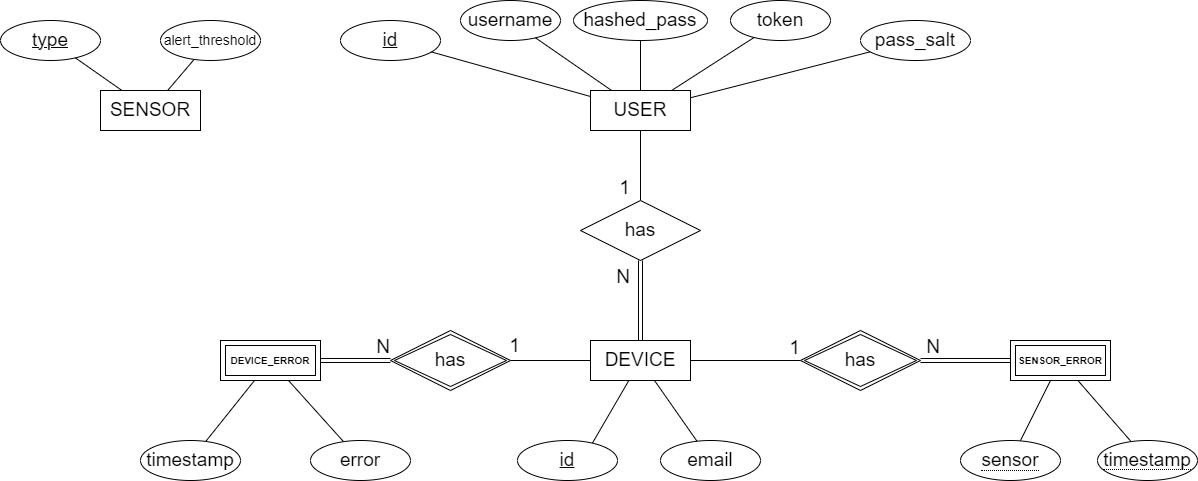
Above: Diagrams/PostgresDB-diagram.drawio.png in MiguelRocha2001/PS-Monitor-IoT-System (draw.io), before the change. Source tidied: cells renumbered, new cells last; positions are measured from the earlier drawing's top-left corner, leaving out a move shared by most shapes.
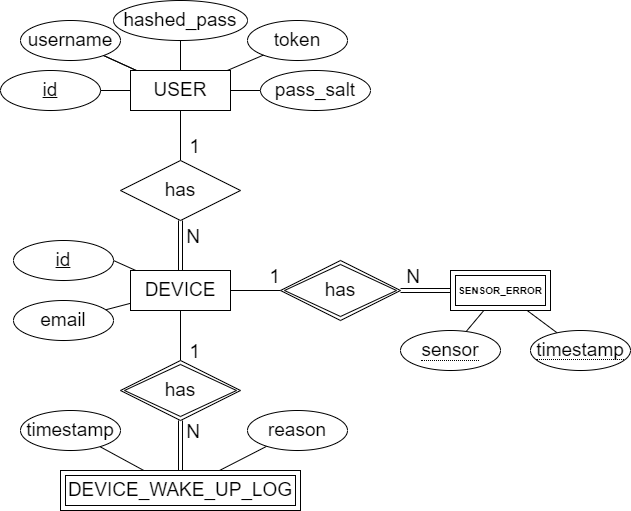
After the commit.

Change to the diagram source:
```diff
@@ -2,29 +2,24 @@
   <root>
     <mxCell id="0" />
     <mxCell id="1" parent="0" />
-    <mxCell id="2" style="endArrow=none;html=1;rounded=0;" parent="1" edge="1" target="26">
-      <mxGeometry relative="1" as="geometry">
-        <mxPoint x="587.5" y="450.2" as="sourcePoint" />
-      </mxGeometry>
+    <mxCell id="2" style="endArrow=none;html=1;rounded=0;exitX=1;exitY=0.5;exitDx=0;exitDy=0;" parent="1" edge="1" source="27" target="26">
+      <mxGeometry relative="1" as="geometry" />
     </mxCell>
     <mxCell id="3" style="endArrow=none;html=1;rounded=0;" parent="1" edge="1" source="4" target="26">
       <mxGeometry relative="1" as="geometry" />
     </mxCell>
     <mxCell id="4" value="&lt;font style=&quot;font-size: 19px;&quot;&gt;email&lt;/font&gt;" style="ellipse;whiteSpace=wrap;html=1;align=center;" parent="1" vertex="1">
-      <mxGeometry x="660" y="440" width="100" height="40" as="geometry" />
+      <mxGeometry x="473" y="370" width="100" height="40" as="geometry" />
     </mxCell>
     <mxCell id="5" value="&lt;font style=&quot;font-size: 19px;&quot;&gt;USER&lt;/font&gt;" style="whiteSpace=wrap;html=1;align=center;" parent="1" vertex="1">
-      <mxGeometry x="590" y="90" width="100" height="40" as="geometry" />
+      <mxGeometry x="590" y="140" width="100" height="40" as="geometry" />
     </mxCell>
     <mxCell id="6" value="&lt;font style=&quot;font-size: 19px;&quot;&gt;id&lt;/font&gt;" style="ellipse;whiteSpace=wrap;html=1;align=center;fontStyle=4;" parent="1" vertex="1">
-      <mxGeometry x="340" y="20" width="100" height="40" as="geometry" />
+      <mxGeometry x="460" y="140" width="100" height="40" as="geometry" />
     </mxCell>
-    <mxCell id="7" style="endArrow=none;html=1;rounded=0;" parent="1" edge="1" source="6" target="5">
+    <mxCell id="7" style="endArrow=none;html=1;rounded=0;" parent="1" edge="1" source="8" target="5">
       <mxGeometry relative="1" as="geometry" />
     </mxCell>
-    <mxCell id="8" value="&lt;font style=&quot;font-size: 19px;&quot;&gt;username&lt;/font&gt;" style="ellipse;whiteSpace=wrap;html=1;align=center;" parent="1" vertex="1">
-      <mxGeometry x="460" width="100" height="40" as="geometry" />
-    </mxCell>
     <mxCell id="9" style="endArrow=none;html=1;rounded=0;" parent="1" edge="1" source="8" target="5">
       <mxGeometry relative="1" as="geometry" />
     </mxCell>
@@ -32,10 +27,10 @@
       <mxGeometry relative="1" as="geometry" />
     </mxCell>
     <mxCell id="11" value="&lt;font style=&quot;font-size: 19px;&quot;&gt;hashed_pass&lt;/font&gt;" style="ellipse;whiteSpace=wrap;html=1;align=center;fontSize=12;" parent="1" vertex="1">
-      <mxGeometry x="573" width="134" height="40" as="geometry" />
+      <mxGeometry x="573" y="70" width="134" height="40" as="geometry" />
     </mxCell>
     <mxCell id="12" value="&lt;font style=&quot;font-size: 19px;&quot;&gt;token&lt;/font&gt;" style="ellipse;whiteSpace=wrap;html=1;align=center;" parent="1" vertex="1">
-      <mxGeometry x="730" width="100" height="40" as="geometry" />
+      <mxGeometry x="707" y="90" width="100" height="40" as="geometry" />
     </mxCell>
     <mxCell id="13" style="endArrow=none;html=1;rounded=0;" parent="1" edge="1" source="12" target="5">
       <mxGeometry relative="1" as="geometry" />
@@ -45,39 +40,39 @@
     </mxCell>
     <mxCell id="15" value="&lt;font style=&quot;font-size: 19px;&quot;&gt;1&lt;/font&gt;" style="html=1;align=right;verticalAlign=bottom;" parent="14" vertex="1">
       <mxGeometry x="1" relative="1" as="geometry">
-        <mxPoint x="-10" as="offset" />
+        <mxPoint x="20" as="offset" />
       </mxGeometry>
     </mxCell>
+    <mxCell id="17" value="&lt;font style=&quot;font-size: 19px;&quot;&gt;1&lt;/font&gt;" style="html=1;align=right;verticalAlign=bottom;" parent="14" vertex="1">
+      <mxGeometry x="1" relative="1" as="geometry">
+        <mxPoint x="20" y="205" as="offset" />
+      </mxGeometry>
+    </mxCell>
     <mxCell id="16" value="&lt;font style=&quot;font-size: 19px;&quot;&gt;1&lt;/font&gt;" style="html=1;align=right;verticalAlign=bottom;" parent="14" vertex="1">
       <mxGeometry x="1" relative="1" as="geometry">
-        <mxPoint x="160" y="160" as="offset" />
+        <mxPoint x="100" y="130" as="offset" />
       </mxGeometry>
     </mxCell>
-    <mxCell id="17" value="&lt;font style=&quot;font-size: 19px;&quot;&gt;1&lt;/font&gt;" style="html=1;align=right;verticalAlign=bottom;" parent="14" vertex="1">
-      <mxGeometry x="1" relative="1" as="geometry">
-        <mxPoint x="-120" y="158" as="offset" />
-      </mxGeometry>
-    </mxCell>
     <mxCell id="18" style="endArrow=none;html=1;rounded=0;shape=link;exitX=0.5;exitY=0;exitDx=0;exitDy=0;" parent="1" edge="1" source="26" target="28">
       <mxGeometry relative="1" as="geometry" />
     </mxCell>
     <mxCell id="19" value="&lt;font style=&quot;font-size: 19px;&quot;&gt;N&lt;/font&gt;" style="html=1;align=right;verticalAlign=bottom;" parent="18" vertex="1">
       <mxGeometry x="1" relative="1" as="geometry">
-        <mxPoint x="-10" y="30" as="offset" />
+        <mxPoint x="20" y="30" as="offset" />
       </mxGeometry>
     </mxCell>
     <mxCell id="20" value="&lt;font style=&quot;font-size: 19px;&quot;&gt;N&lt;/font&gt;" style="html=1;align=right;verticalAlign=bottom;" parent="18" vertex="1">
       <mxGeometry x="1" relative="1" as="geometry">
-        <mxPoint x="300" y="100" as="offset" />
+        <mxPoint x="240" y="70" as="offset" />
       </mxGeometry>
     </mxCell>
     <mxCell id="21" value="&lt;font style=&quot;font-size: 19px;&quot;&gt;N&lt;/font&gt;" style="html=1;align=right;verticalAlign=bottom;" parent="18" vertex="1">
       <mxGeometry x="1" relative="1" as="geometry">
-        <mxPoint x="-250" y="100" as="offset" />
+        <mxPoint x="20" y="225" as="offset" />
       </mxGeometry>
     </mxCell>
     <mxCell id="22" value="&lt;font style=&quot;font-size: 19px;&quot;&gt;pass_salt&lt;/font&gt;" style="ellipse;whiteSpace=wrap;html=1;align=center;" parent="1" vertex="1">
-      <mxGeometry x="860" y="20" width="110" height="40" as="geometry" />
+      <mxGeometry x="720" y="140" width="110" height="40" as="geometry" />
     </mxCell>
     <mxCell id="23" style="endArrow=none;html=1;rounded=0;" parent="1" edge="1" source="22" target="5">
       <mxGeometry relative="1" as="geometry" />
@@ -92,69 +87,58 @@
       <mxGeometry x="590" y="340" width="100" height="40" as="geometry" />
     </mxCell>
     <mxCell id="27" value="&lt;font style=&quot;font-size: 19px;&quot;&gt;id&lt;/font&gt;" style="ellipse;whiteSpace=wrap;html=1;align=center;fontStyle=4;" parent="1" vertex="1">
-      <mxGeometry x="517" y="440" width="100" height="40" as="geometry" />
+      <mxGeometry x="473" y="310" width="100" height="40" as="geometry" />
     </mxCell>
     <mxCell id="28" value="&lt;font style=&quot;font-size: 19px;&quot;&gt;has&lt;/font&gt;" style="shape=rhombus;perimeter=rhombusPerimeter;whiteSpace=wrap;html=1;align=center;" parent="1" vertex="1">
-      <mxGeometry x="580" y="200" width="120" height="60" as="geometry" />
+      <mxGeometry x="580" y="230" width="120" height="60" as="geometry" />
     </mxCell>
-    <mxCell id="29" style="edgeStyle=orthogonalEdgeStyle;rounded=0;jettySize=auto;html=1;shape=link;" parent="1" edge="1" source="33">
-      <mxGeometry relative="1" as="geometry">
-        <mxPoint x="1019" y="360" as="targetPoint" />
-      </mxGeometry>
-    </mxCell>
     <mxCell id="30" style="endArrow=none;html=1;rounded=0;" parent="1" edge="1" source="34" target="32">
       <mxGeometry relative="1" as="geometry" />
     </mxCell>
     <mxCell id="31" style="endArrow=none;html=1;rounded=0;" parent="1" edge="1" source="35" target="32">
       <mxGeometry relative="1" as="geometry" />
     </mxCell>
-    <mxCell id="32" value="SENSOR_ERROR" style="shape=ext;margin=3;double=1;whiteSpace=wrap;html=1;align=center;fontSize=10;fontStyle=1;" parent="1" vertex="1">
-      <mxGeometry x="1010" y="340" width="100" height="40" as="geometry" />
-    </mxCell>
     <mxCell id="33" value="has" style="shape=rhombus;double=1;perimeter=rhombusPerimeter;whiteSpace=wrap;html=1;align=center;fontSize=19;" parent="1" vertex="1">
-      <mxGeometry x="800" y="330" width="120" height="60" as="geometry" />
+      <mxGeometry x="740" y="330" width="120" height="60" as="geometry" />
     </mxCell>
     <mxCell id="34" value="&lt;span style=&quot;border-bottom: 1px dotted; font-size: 19px;&quot;&gt;sensor&lt;/span&gt;" style="ellipse;whiteSpace=wrap;html=1;align=center;fontSize=19;" parent="1" vertex="1">
-      <mxGeometry x="960" y="440" width="100" height="40" as="geometry" />
+      <mxGeometry x="860" y="400" width="100" height="40" as="geometry" />
     </mxCell>
     <mxCell id="35" value="&lt;span style=&quot;border-bottom: 1px dotted&quot;&gt;&lt;font style=&quot;font-size: 19px;&quot;&gt;timestamp&lt;/font&gt;&lt;/span&gt;" style="ellipse;whiteSpace=wrap;html=1;align=center;" parent="1" vertex="1">
-      <mxGeometry x="1097" y="440" width="100" height="40" as="geometry" />
+      <mxGeometry x="990" y="400" width="100" height="40" as="geometry" />
     </mxCell>
-    <mxCell id="36" style="edgeStyle=orthogonalEdgeStyle;rounded=0;jettySize=auto;html=1;endArrow=none;endFill=0;shape=link;" parent="1" edge="1" source="37" target="38">
+    <mxCell id="36" style="edgeStyle=orthogonalEdgeStyle;rounded=0;jettySize=auto;html=1;endArrow=none;endFill=0;shape=link;entryX=0.5;entryY=1;entryDx=0;entryDy=0;" parent="1" edge="1" source="37" target="38">
       <mxGeometry relative="1" as="geometry" />
     </mxCell>
-    <mxCell id="37" value="DEVICE_ERROR" style="shape=ext;margin=3;double=1;whiteSpace=wrap;html=1;align=center;fontSize=10;fontStyle=1;" parent="1" vertex="1">
-      <mxGeometry x="220" y="340" width="100" height="40" as="geometry" />
+    <mxCell id="37" value="&lt;font style=&quot;font-size: 19px;&quot;&gt;DEVICE_WAKE_UP_LOG&lt;/font&gt;" style="shape=ext;margin=3;double=1;whiteSpace=wrap;html=1;align=center;fontSize=8;fontStyle=0;" parent="1" vertex="1">
+      <mxGeometry x="520" y="540" width="240" height="40" as="geometry" />
     </mxCell>
     <mxCell id="38" value="has" style="shape=rhombus;double=1;perimeter=rhombusPerimeter;whiteSpace=wrap;html=1;align=center;fontSize=19;" parent="1" vertex="1">
-      <mxGeometry x="390" y="330" width="120" height="60" as="geometry" />
+      <mxGeometry x="580" y="430" width="120" height="60" as="geometry" />
     </mxCell>
     <mxCell id="39" style="endArrow=none;html=1;rounded=0;" parent="1" edge="1" source="40" target="37">
       <mxGeometry relative="1" as="geometry" />
     </mxCell>
-    <mxCell id="40" value="&lt;span style=&quot;font-size: 19px;&quot;&gt;error&lt;/span&gt;" style="ellipse;whiteSpace=wrap;html=1;align=center;" parent="1" vertex="1">
-      <mxGeometry x="310" y="440" width="100" height="40" as="geometry" />
+    <mxCell id="40" value="&lt;span style=&quot;font-size: 19px;&quot;&gt;reason&lt;/span&gt;" style="ellipse;whiteSpace=wrap;html=1;align=center;" parent="1" vertex="1">
+      <mxGeometry x="707" y="480" width="100" height="40" as="geometry" />
     </mxCell>
     <mxCell id="41" value="timestamp" style="ellipse;whiteSpace=wrap;html=1;align=center;fontSize=19;" parent="1" vertex="1">
-      <mxGeometry x="140" y="440" width="100" height="40" as="geometry" />
+      <mxGeometry x="480" y="480" width="100" height="40" as="geometry" />
     </mxCell>
     <mxCell id="42" style="endArrow=none;html=1;rounded=0;" parent="1" edge="1" source="41" target="37">
       <mxGeometry relative="1" as="geometry" />
     </mxCell>
-    <mxCell id="43" value="&lt;font style=&quot;font-size: 19px;&quot;&gt;SENSOR&lt;/font&gt;" style="whiteSpace=wrap;html=1;align=center;" parent="1" vertex="1">
-      <mxGeometry x="100" y="90" width="100" height="40" as="geometry" />
-    </mxCell>
-    <mxCell id="44" value="&lt;font style=&quot;font-size: 19px;&quot;&gt;type&lt;/font&gt;" style="ellipse;whiteSpace=wrap;html=1;align=center;fontStyle=4;" parent="1" vertex="1">
-      <mxGeometry y="20" width="100" height="40" as="geometry" />
-    </mxCell>
-    <mxCell id="45" style="endArrow=none;html=1;rounded=0;" parent="1" edge="1" source="44" target="43">
-      <mxGeometry relative="1" as="geometry" />
-    </mxCell>
-    <mxCell id="46" value="&lt;font style=&quot;font-size: 14px;&quot;&gt;alert_threshold&lt;/font&gt;" style="ellipse;whiteSpace=wrap;html=1;align=center;" parent="1" vertex="1">
-      <mxGeometry x="160" y="20" width="100" height="40" as="geometry" />
-    </mxCell>
-    <mxCell id="47" style="endArrow=none;html=1;rounded=0;" parent="1" edge="1" source="46" target="43">
-      <mxGeometry relative="1" as="geometry" />
-    </mxCell>
+    <mxCell id="48" style="edgeStyle=orthogonalEdgeStyle;rounded=0;jettySize=auto;html=1;shape=link;" parent="1" edge="1" source="33" target="32">
+      <mxGeometry relative="1" as="geometry" />
+    </mxCell>
+    <mxCell id="32" value="SENSOR_ERROR" style="shape=ext;margin=3;double=1;whiteSpace=wrap;html=1;align=center;fontSize=10;fontStyle=1;" parent="1" vertex="1">
+      <mxGeometry x="910" y="340" width="100" height="40" as="geometry" />
+    </mxCell>
+    <mxCell id="8" value="&lt;font style=&quot;font-size: 19px;&quot;&gt;username&lt;/font&gt;" style="ellipse;whiteSpace=wrap;html=1;align=center;" parent="1" vertex="1">
+      <mxGeometry x="480" y="90" width="100" height="40" as="geometry" />
+    </mxCell>
+    <mxCell id="49" style="endArrow=none;html=1;rounded=0;entryX=0;entryY=0.5;entryDx=0;entryDy=0;exitX=1;exitY=0.5;exitDx=0;exitDy=0;" parent="1" edge="1" source="6" target="5">
+      <mxGeometry relative="1" as="geometry" />
+    </mxCell>
   </root>
 </mxGraphModel>
```
